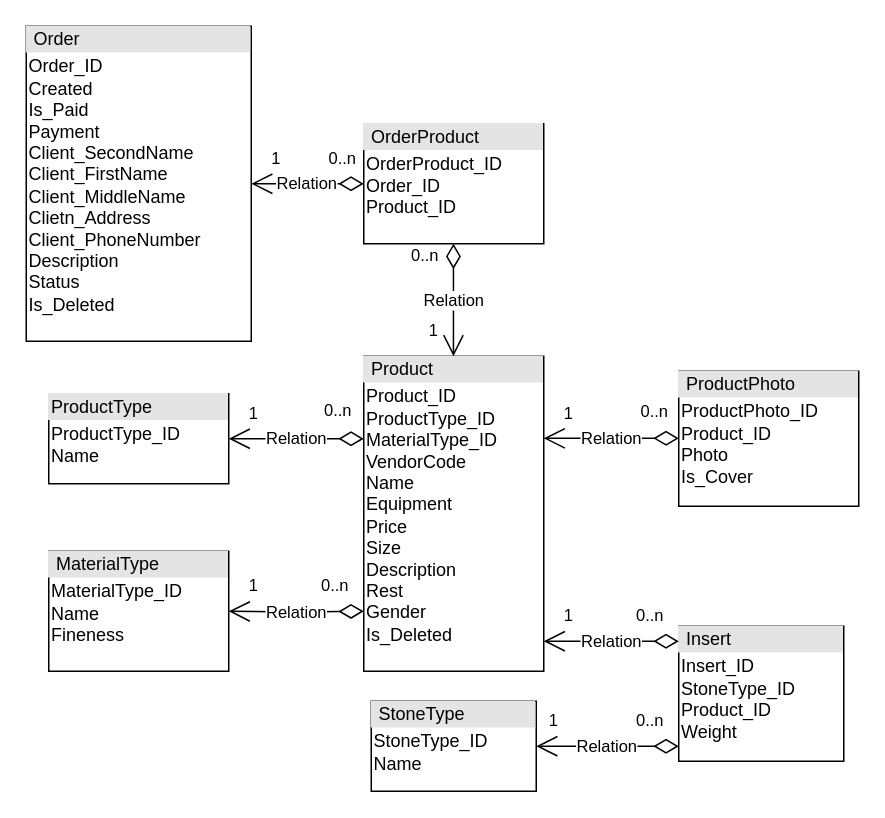
This is ER-diagram-v1.drawio from omelchenkopete/SA, a draw.io file, before an edit. Source tidied: cells renumbered, new cells numbered last; positions are measured from the earlier drawing's top-left corner, leaving out a move shared by most shapes. Both pictures are drawn from the tidied source at 150%, with x=0, y=0 at pixel (26, 26).
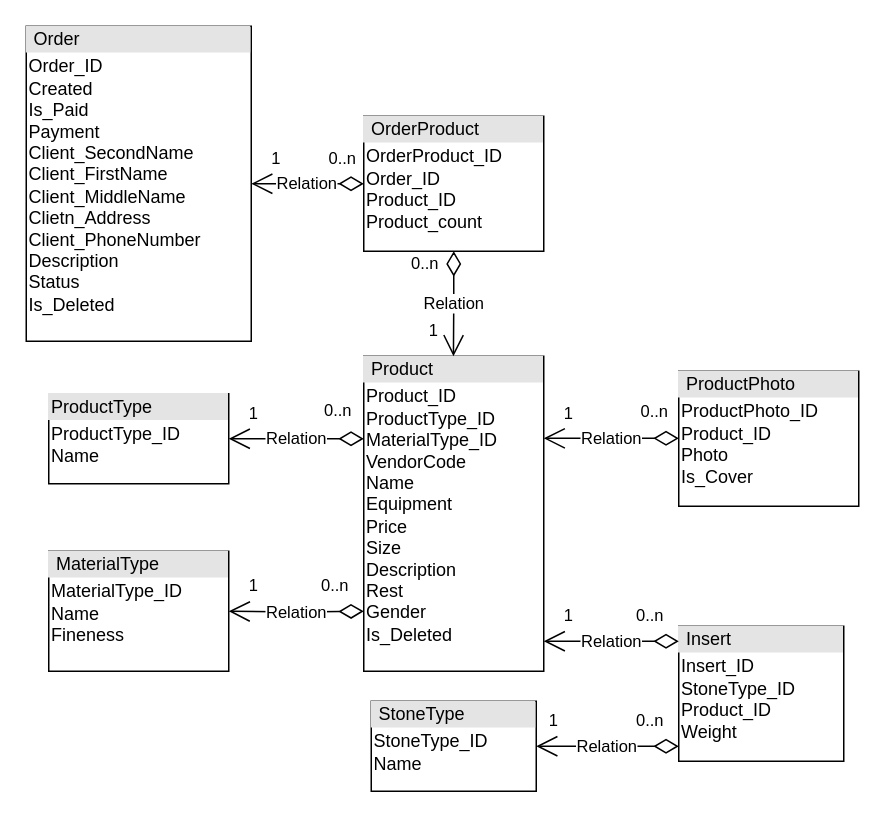
Above is the later version.

What changed in the source:
```diff
@@
-    <mxCell id="24" value="&lt;div style=&quot;box-sizing:border-box;width:100%;background:#e4e4e4;padding:2px;&quot;&gt;&amp;nbsp;OrderProduct&lt;/div&gt;&lt;table style=&quot;width:100%;font-size:1em;&quot; cellpadding=&quot;2&quot; cellspacing=&quot;0&quot;&gt;&lt;tbody&gt;&lt;tr&gt;&lt;td&gt;OrderProduct_ID&lt;br&gt;Order_ID&lt;br&gt;Product_ID&lt;br&gt;&lt;/td&gt;&lt;td&gt;&lt;/td&gt;&lt;/tr&gt;&lt;/tbody&gt;&lt;/table&gt;" style="verticalAlign=top;align=left;overflow=fill;html=1;whiteSpace=wrap;strokeColor=default;gradientColor=none;fillColor=default;rounded=0;glass=0;shadow=0;noLabel=0;portConstraintRotation=0;snapToPoint=0;fixDash=0;enumerate=0;comic=0;" parent="1" vertex="1">
-      <mxGeometry x="225" y="65" width="120" height="80" as="geometry" />
+    <mxCell id="24" value="&lt;div style=&quot;box-sizing:border-box;width:100%;background:#e4e4e4;padding:2px;&quot;&gt;&amp;nbsp;OrderProduct&lt;/div&gt;&lt;table style=&quot;width:100%;font-size:1em;&quot; cellpadding=&quot;2&quot; cellspacing=&quot;0&quot;&gt;&lt;tbody&gt;&lt;tr&gt;&lt;td&gt;OrderProduct_ID&lt;br&gt;Order_ID&lt;br&gt;Product_ID&lt;br&gt;Product_count&lt;/td&gt;&lt;td&gt;&lt;/td&gt;&lt;/tr&gt;&lt;/tbody&gt;&lt;/table&gt;" style="verticalAlign=top;align=left;overflow=fill;html=1;whiteSpace=wrap;strokeColor=default;gradientColor=none;fillColor=default;rounded=0;glass=0;shadow=0;noLabel=0;portConstraintRotation=0;snapToPoint=0;fixDash=0;enumerate=0;comic=0;" parent="1" vertex="1">
+      <mxGeometry x="225" y="60" width="120" height="90" as="geometry" />
     </mxCell>
@@
-    <mxCell id="28" value="Relation" style="endArrow=open;html=1;endSize=12;startArrow=diamondThin;startSize=14;startFill=0;edgeStyle=orthogonalEdgeStyle;rounded=0;" parent="1" edge="1">
+    <mxCell id="28" value="Relation" style="endArrow=open;html=1;endSize=12;startArrow=diamondThin;startSize=14;startFill=0;edgeStyle=orthogonalEdgeStyle;rounded=0;" parent="1" edge="1" source="24">
       <mxGeometry relative="1" as="geometry">
-        <mxPoint x="284.8" y="145" as="sourcePoint" />
         <mxPoint x="284.8" y="220" as="targetPoint" />
       </mxGeometry>
     </mxCell>
```
